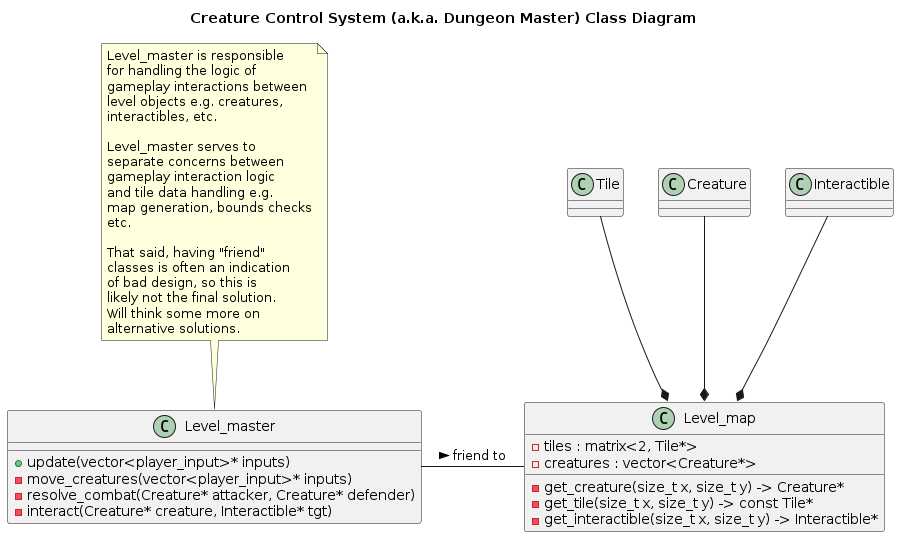
Earlier version of the PlantUML export gdd/diagrams/creature_control_system.png (jinnturtle/RPG7_White_Shadow). Source of this version:
```plantuml
@startuml
Title Creature Control System (a.k.a. Dungeon Master) Class Diagram

class Level_map {
- tiles : matrix<2, Tile*>
- creatures : vector<Creature*>
- get_creature(size_t x, size_t y) -> Creature*
- get_tile(size_t x, size_t y) -> const Tile*
- get_interactible(size_t x, size_t y) -> Interactible*
}

class Level_master {
+ update(vector<player_input>* inputs)
- move_creatures(vector<player_input>* inputs)
- resolve_combat(Creature* attacker, Creature* defender)
- interact(Creature* creature, Interactible* tgt)
}
note top of Level_master
    Level_master is responsible
    for handling the logic of
    gameplay interactions between
    level objects e.g. creatures,
    interactibles, etc.

    Level_master serves to
    separate concerns between
    gameplay interaction logic
    and tile data handling e.g.
    map generation, bounds checks
    etc.

    That said, having "friend"
    classes is often an indication
    of bad design, so this is
    likely not the final solution.
    Will think some more on
    alternative solutions.
end note

Level_master - Level_map : friend to >
Tile --* Level_map
Creature --* Level_map
Interactible --* Level_map
@enduml
```
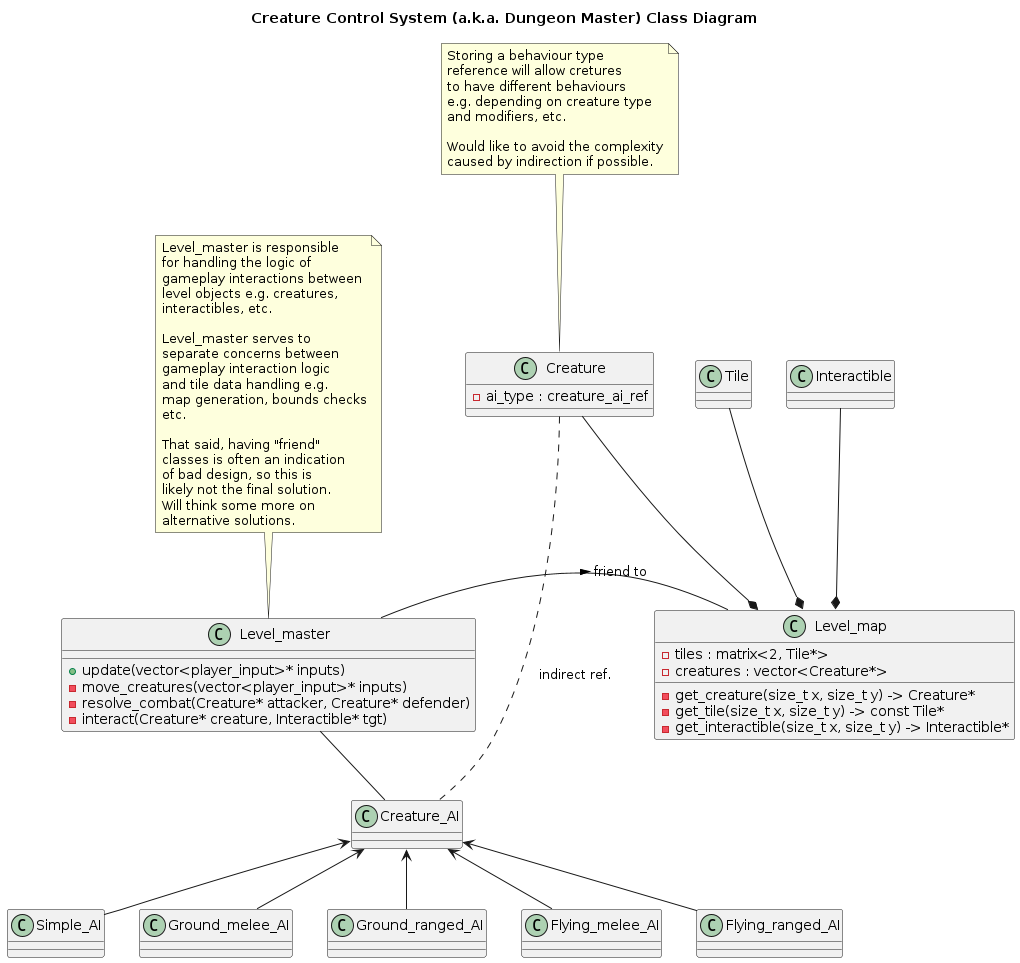
The same file after the commit.

What changed in the source:
```diff
@@ -37,8 +37,39 @@
     alternative solutions.
 end note
 
+class Creature {
+- ai_type : creature_ai_ref
+}
+note top of Creature
+    Storing a behaviour type
+    reference will allow cretures
+    to have different behaviours
+    e.g. depending on creature type
+    and modifiers, etc.
+
+    Would like to avoid the complexity
+    caused by indirection if possible.
+end note
+
+class Creature_AI
+
+class Simple_AI
+class Ground_melee_AI
+class Ground_ranged_AI
+class Flying_melee_AI
+class Flying_ranged_AI
+
 Level_master - Level_map : friend to >
+Level_master -- Creature_AI
 Tile --* Level_map
 Creature --* Level_map
 Interactible --* Level_map
+
+Creature_AI <-- Simple_AI
+Creature_AI <-- Ground_melee_AI
+Creature_AI <-- Ground_ranged_AI
+Creature_AI <-- Flying_melee_AI
+Creature_AI <-- Flying_ranged_AI
+
+Creature . Creature_AI : indirect ref.
 @enduml
```
